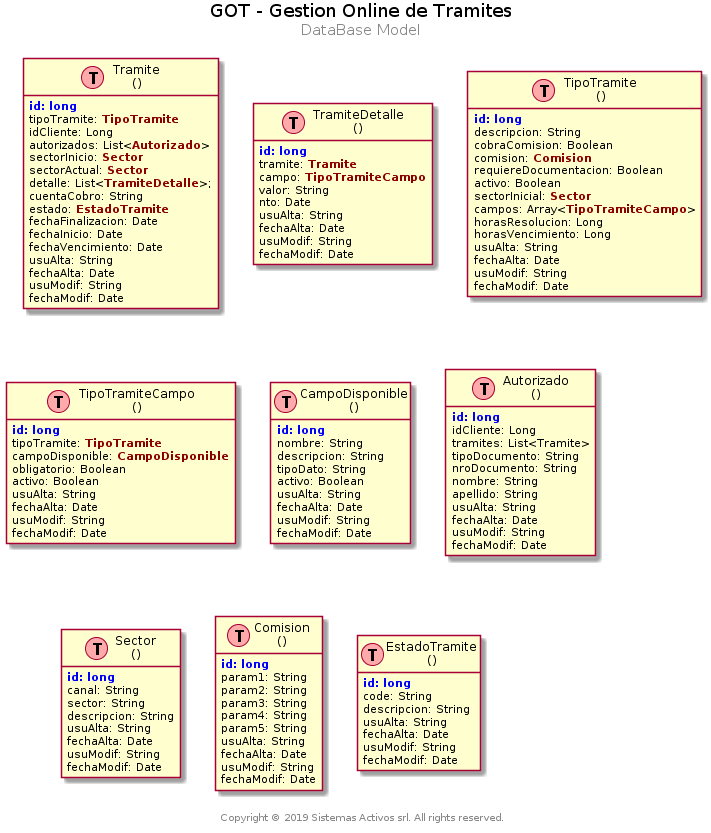
Earlier version of the PlantUML export docs/diagrams/database/model.png (jmuseri/got). The source it was exported from:
```plantuml
@startuml model


center header
<font color=black size=18>GOT - Gestion Online de Tramites</font>
<font size=15>DataBase Model</font>
<font size=15></font>
endheader

center footer \n Copyright © 2019 Sistemas Activos srl. All rights reserved.


hide methods
hide stereotypes


class Tramite as "Tramite\n()" << (T,#FFAAAA) >> {
<b><color:blue>id:</color></b> <b><color:blue>long</color></b>
tipoTramite: <b><color:darkred>TipoTramite</color></b>
idCliente: Long
autorizados: List<<b><color:darkred>Autorizado</color></b>>
sectorInicio: <b><color:darkred>Sector</color></b>
sectorActual: <b><color:darkred>Sector</color></b>
detalle: List<<b><color:darkred>TramiteDetalle</color></b>>;
cuentaCobro: String
estado: <b><color:darkred>EstadoTramite</color></b>
fechaFinalizacion: Date
fechaInicio: Date
fechaVencimiento: Date
usuAlta: String
fechaAlta: Date
usuModif: String
fechaModif: Date
}

class TramiteDetalle as "TramiteDetalle\n()" << (T,#FFAAAA) >> {
<b><color:blue>id:</color></b> <b><color:blue>long</color></b>
tramite: <b><color:darkred>Tramite</color></b>
campo: <b><color:darkred>TipoTramiteCampo</color></b>
valor: String
nto: Date
usuAlta: String
fechaAlta: Date
usuModif: String
fechaModif: Date
}

class TipoTramite as "TipoTramite\n()" << (T,#FFAAAA) >> {
<b><color:blue>id:</color></b> <b><color:blue>long</color></b>
descripcion: String
cobraComision: Boolean
comision: <b><color:darkred>Comision</color></b>
requiereDocumentacion: Boolean
activo: Boolean
sectorInicial: <b><color:darkred>Sector</color></b>
campos: Array<<b><color:darkred>TipoTramiteCampo</color></b>>
horasResolucion: Long
horasVencimiento: Long
usuAlta: String
fechaAlta: Date
usuModif: String
fechaModif: Date
}

class TipoTramiteCampo as "TipoTramiteCampo\n()" << (T,#FFAAAA) >> {
<b><color:blue>id:</color></b> <b><color:blue>long</color></b>
tipoTramite: <b><color:darkred>TipoTramite</color></b>
campoDisponible: <b><color:darkred>CampoDisponible</color></b>
obligatorio: Boolean
activo: Boolean
usuAlta: String
fechaAlta: Date
usuModif: String
fechaModif: Date
}

class CampoDisponible as "CampoDisponible\n()" << (T,#FFAAAA) >> {
<b><color:blue>id:</color></b> <b><color:blue>long</color></b>
nombre: String
descripcion: String
tipoDato: String
activo: Boolean
usuAlta: String
fechaAlta: Date
usuModif: String
fechaModif: Date
}

class Autorizado as "Autorizado\n()" << (T,#FFAAAA) >> {
<b><color:blue>id:</color></b> <b><color:blue>long</color></b>
idCliente: Long
tramites: List<Tramite>
tipoDocumento: String
nroDocumento: String
nombre: String
apellido: String
usuAlta: String
fechaAlta: Date
usuModif: String
fechaModif: Date
}

class Sector as "Sector\n()" << (T,#FFAAAA) >> {
<b><color:blue>id:</color></b> <b><color:blue>long</color></b>
canal: String
sector: String
descripcion: String
usuAlta: String
fechaAlta: Date
usuModif: String
fechaModif: Date
}

class Comision as "Comision\n()" << (T,#FFAAAA) >> {
<b><color:blue>id:</color></b> <b><color:blue>long</color></b>
param1: String
param2: String
param3: String
param4: String
param5: String
usuAlta: String
fechaAlta: Date
usuModif: String
fechaModif: Date
}

class EstadoTramite as "EstadoTramite\n()" << (T,#FFAAAA) >> {
<b><color:blue>id:</color></b> <b><color:blue>long</color></b>
code: String
descripcion: String
usuAlta: String
fechaAlta: Date
usuModif: String
fechaModif: Date
}




@enduml
```
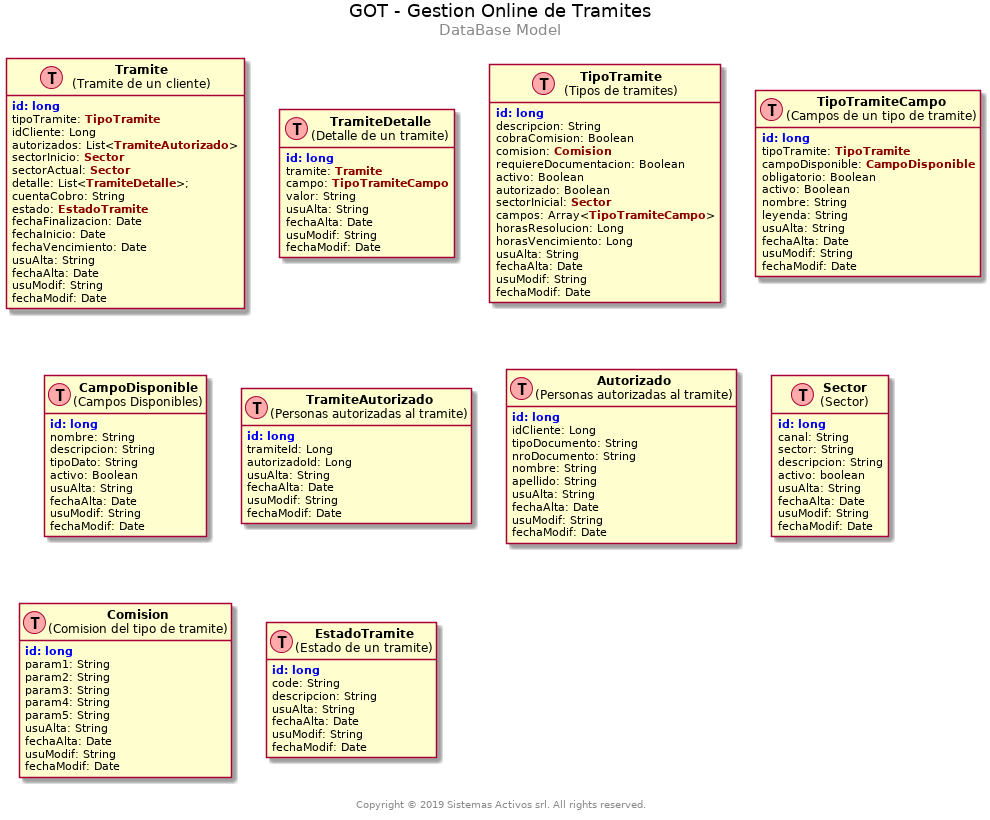
The same diagram one commit later.

Change to the diagram source:
```diff
@@ -14,11 +14,11 @@
 hide stereotypes
 
 
-class Tramite as "Tramite\n()" << (T,#FFAAAA) >> {
+class Tramite as "<b>Tramite</b>\n(Tramite de un cliente)" << (T,#FFAAAA) >> {
 <b><color:blue>id:</color></b> <b><color:blue>long</color></b>
 tipoTramite: <b><color:darkred>TipoTramite</color></b>
 idCliente: Long
-autorizados: List<<b><color:darkred>Autorizado</color></b>>
+autorizados: List<<b><color:darkred>TramiteAutorizado</color></b>>
 sectorInicio: <b><color:darkred>Sector</color></b>
 sectorActual: <b><color:darkred>Sector</color></b>
 detalle: List<<b><color:darkred>TramiteDetalle</color></b>>;
@@ -33,25 +33,25 @@
 fechaModif: Date
 }
 
-class TramiteDetalle as "TramiteDetalle\n()" << (T,#FFAAAA) >> {
+class TramiteDetalle as "<b>TramiteDetalle</b>\n(Detalle de un tramite)" << (T,#FFAAAA) >> {
 <b><color:blue>id:</color></b> <b><color:blue>long</color></b>
 tramite: <b><color:darkred>Tramite</color></b>
 campo: <b><color:darkred>TipoTramiteCampo</color></b>
 valor: String
-nto: Date
 usuAlta: String
 fechaAlta: Date
 usuModif: String
 fechaModif: Date
 }
 
-class TipoTramite as "TipoTramite\n()" << (T,#FFAAAA) >> {
+class TipoTramite as "<b>TipoTramite</b>\n(Tipos de tramites)" << (T,#FFAAAA) >> {
 <b><color:blue>id:</color></b> <b><color:blue>long</color></b>
 descripcion: String
 cobraComision: Boolean
 comision: <b><color:darkred>Comision</color></b>
 requiereDocumentacion: Boolean
 activo: Boolean
+autorizado: Boolean
 sectorInicial: <b><color:darkred>Sector</color></b>
 campos: Array<<b><color:darkred>TipoTramiteCampo</color></b>>
 horasResolucion: Long
@@ -62,19 +62,21 @@
 fechaModif: Date
 }
 
-class TipoTramiteCampo as "TipoTramiteCampo\n()" << (T,#FFAAAA) >> {
+class TipoTramiteCampo as "<b>TipoTramiteCampo</b>\n(Campos de un tipo de tramite)" << (T,#FFAAAA) >> {
 <b><color:blue>id:</color></b> <b><color:blue>long</color></b>
 tipoTramite: <b><color:darkred>TipoTramite</color></b>
 campoDisponible: <b><color:darkred>CampoDisponible</color></b>
 obligatorio: Boolean
 activo: Boolean
+nombre: String
+leyenda: String
 usuAlta: String
 fechaAlta: Date
 usuModif: String
 fechaModif: Date
 }
 
-class CampoDisponible as "CampoDisponible\n()" << (T,#FFAAAA) >> {
+class CampoDisponible as "<b>CampoDisponible</b>\n(Campos Disponibles)" << (T,#FFAAAA) >> {
 <b><color:blue>id:</color></b> <b><color:blue>long</color></b>
 nombre: String
 descripcion: String
@@ -86,10 +88,19 @@
 fechaModif: Date
 }
 
-class Autorizado as "Autorizado\n()" << (T,#FFAAAA) >> {
+class TramiteAutorizado as "<b>TramiteAutorizado</b>\n(Personas autorizadas al tramite)" << (T,#FFAAAA) >> {
+<b><color:blue>id:</color></b> <b><color:blue>long</color></b>
+tramiteId: Long
+autorizadoId: Long
+usuAlta: String
+fechaAlta: Date
+usuModif: String
+fechaModif: Date
+}
+
+class Autorizado as "<b>Autorizado</b>\n(Personas autorizadas al tramite)" << (T,#FFAAAA) >> {
 <b><color:blue>id:</color></b> <b><color:blue>long</color></b>
 idCliente: Long
-tramites: List<Tramite>
 tipoDocumento: String
 nroDocumento: String
 nombre: String
@@ -100,18 +111,19 @@
 fechaModif: Date
 }
 
-class Sector as "Sector\n()" << (T,#FFAAAA) >> {
+class Sector as "<b>Sector</b>\n(Sector)" << (T,#FFAAAA) >> {
 <b><color:blue>id:</color></b> <b><color:blue>long</color></b>
 canal: String
 sector: String
 descripcion: String
+activo: boolean
 usuAlta: String
 fechaAlta: Date
 usuModif: String
 fechaModif: Date
 }
 
-class Comision as "Comision\n()" << (T,#FFAAAA) >> {
+class Comision as "<b>Comision</b>\n(Comision del tipo de tramite)" << (T,#FFAAAA) >> {
 <b><color:blue>id:</color></b> <b><color:blue>long</color></b>
 param1: String
 param2: String
@@ -124,7 +136,7 @@
 fechaModif: Date
 }
 
-class EstadoTramite as "EstadoTramite\n()" << (T,#FFAAAA) >> {
+class EstadoTramite as "<b>EstadoTramite</b>\n(Estado de un tramite)" << (T,#FFAAAA) >> {
 <b><color:blue>id:</color></b> <b><color:blue>long</color></b>
 code: String
 descripcion: String
@@ -136,5 +148,4 @@
 
 
 
-
 @enduml
```
